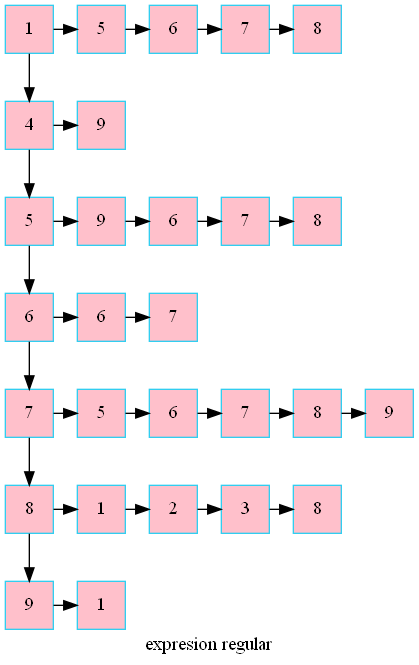
Above: grafo.png in betebetoven/EDDS2F2 (Graphviz), before the change. Its source is kept beside it as grafo.dot. The source it was exported from:
```dot
digraph G
{label="expresion regular"
        node[shape = square]
        node[style = filled]
        node[fillcolor = "#EEEEE"]
        node[color = "#EEEEE"]
        node[color = "#31CEF0"]

1731287365040 [label="1",fillcolor ="pink"]
1731289704064 [label="5",fillcolor ="pink"]
1731289413328 [label="6",fillcolor ="pink"]
1731289413712 [label="7",fillcolor ="pink"]
1731289414000 [label="8",fillcolor ="pink"]
1731287364656 [label="4",fillcolor ="pink"]
1731289414384 [label="9",fillcolor ="pink"]
1731289664912 [label="5",fillcolor ="pink"]
1731289704400 [label="9",fillcolor ="pink"]
1731289709008 [label="6",fillcolor ="pink"]
1731289661504 [label="7",fillcolor ="pink"]
1731289661840 [label="8",fillcolor ="pink"]
1731289662224 [label="6",fillcolor ="pink"]
1731289706752 [label="6",fillcolor ="pink"]
1731289663856 [label="7",fillcolor ="pink"]
1731289664240 [label="7",fillcolor ="pink"]
1731289704208 [label="5",fillcolor ="pink"]
1731289664576 [label="6",fillcolor ="pink"]
1731289663040 [label="7",fillcolor ="pink"]
1731289663616 [label="8",fillcolor ="pink"]
1731289662272 [label="9",fillcolor ="pink"]
1731289662896 [label="8",fillcolor ="pink"]
1731289706560 [label="1",fillcolor ="pink"]
1731289414672 [label="2",fillcolor ="pink"]
1731289415008 [label="3",fillcolor ="pink"]
1731289415344 [label="8",fillcolor ="pink"]
1731289841968 [label="9",fillcolor ="pink"]
1731289842160 [label="1",fillcolor ="pink"]
1731287365040-> 1731287364656
1731287365040-> 1731289704064
1731289704064-> 1731289413328
1731289413328-> 1731289413712
1731289413712-> 1731289414000
1731287364656-> 1731289664912
1731287364656-> 1731289414384
1731289664912-> 1731289662224
1731289664912-> 1731289704400
1731289704400-> 1731289709008
1731289709008-> 1731289661504
1731289661504-> 1731289661840
1731289662224-> 1731289664240
1731289662224-> 1731289706752
1731289706752-> 1731289663856
1731289664240-> 1731289662896
1731289664240-> 1731289704208
1731289704208-> 1731289664576
1731289664576-> 1731289663040
1731289663040-> 1731289663616
1731289663616-> 1731289662272
1731289662896-> 1731289841968
1731289662896-> 1731289706560
1731289706560-> 1731289414672
1731289414672-> 1731289415008
1731289415008-> 1731289415344
1731289841968-> 1731289842160
 {rank=same; 1731287365040;1731289704064;1731289413328;1731289413712;1731289414000;}
 {rank=same; 1731287364656;1731289414384;}
 {rank=same; 1731289664912;1731289704400;1731289709008;1731289661504;1731289661840;}
 {rank=same; 1731289662224;1731289706752;1731289663856;}
 {rank=same; 1731289664240;1731289704208;1731289664576;1731289663040;1731289663616;1731289662272;}
 {rank=same; 1731289662896;1731289706560;1731289414672;1731289415008;1731289415344;}
 {rank=same; 1731289841968;1731289842160;}
 }
```
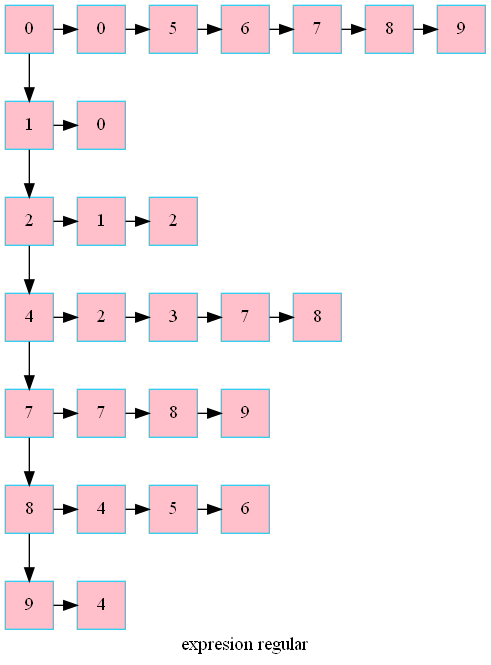
Above is the later version.

The edit, as a diff of the source:
```diff
@@ -6,66 +6,64 @@
         node[color = "#EEEEE"]
         node[color = "#31CEF0"]
 
-1731287365040 [label="1",fillcolor ="pink"]
-1731289704064 [label="5",fillcolor ="pink"]
-1731289413328 [label="6",fillcolor ="pink"]
-1731289413712 [label="7",fillcolor ="pink"]
-1731289414000 [label="8",fillcolor ="pink"]
-1731287364656 [label="4",fillcolor ="pink"]
-1731289414384 [label="9",fillcolor ="pink"]
-1731289664912 [label="5",fillcolor ="pink"]
-1731289704400 [label="9",fillcolor ="pink"]
-1731289709008 [label="6",fillcolor ="pink"]
-1731289661504 [label="7",fillcolor ="pink"]
-1731289661840 [label="8",fillcolor ="pink"]
-1731289662224 [label="6",fillcolor ="pink"]
-1731289706752 [label="6",fillcolor ="pink"]
-1731289663856 [label="7",fillcolor ="pink"]
-1731289664240 [label="7",fillcolor ="pink"]
-1731289704208 [label="5",fillcolor ="pink"]
-1731289664576 [label="6",fillcolor ="pink"]
-1731289663040 [label="7",fillcolor ="pink"]
-1731289663616 [label="8",fillcolor ="pink"]
-1731289662272 [label="9",fillcolor ="pink"]
-1731289662896 [label="8",fillcolor ="pink"]
-1731289706560 [label="1",fillcolor ="pink"]
-1731289414672 [label="2",fillcolor ="pink"]
-1731289415008 [label="3",fillcolor ="pink"]
-1731289415344 [label="8",fillcolor ="pink"]
-1731289841968 [label="9",fillcolor ="pink"]
-1731289842160 [label="1",fillcolor ="pink"]
-1731287365040-> 1731287364656
-1731287365040-> 1731289704064
-1731289704064-> 1731289413328
-1731289413328-> 1731289413712
-1731289413712-> 1731289414000
-1731287364656-> 1731289664912
-1731287364656-> 1731289414384
-1731289664912-> 1731289662224
-1731289664912-> 1731289704400
-1731289704400-> 1731289709008
-1731289709008-> 1731289661504
-1731289661504-> 1731289661840
-1731289662224-> 1731289664240
-1731289662224-> 1731289706752
-1731289706752-> 1731289663856
-1731289664240-> 1731289662896
-1731289664240-> 1731289704208
-1731289704208-> 1731289664576
-1731289664576-> 1731289663040
-1731289663040-> 1731289663616
-1731289663616-> 1731289662272
-1731289662896-> 1731289841968
-1731289662896-> 1731289706560
-1731289706560-> 1731289414672
-1731289414672-> 1731289415008
-1731289415008-> 1731289415344
-1731289841968-> 1731289842160
- {rank=same; 1731287365040;1731289704064;1731289413328;1731289413712;1731289414000;}
- {rank=same; 1731287364656;1731289414384;}
- {rank=same; 1731289664912;1731289704400;1731289709008;1731289661504;1731289661840;}
- {rank=same; 1731289662224;1731289706752;1731289663856;}
- {rank=same; 1731289664240;1731289704208;1731289664576;1731289663040;1731289663616;1731289662272;}
- {rank=same; 1731289662896;1731289706560;1731289414672;1731289415008;1731289415344;}
- {rank=same; 1731289841968;1731289842160;}
+1654813927568 [label="0",fillcolor ="pink"]
+1654813933040 [label="0",fillcolor ="pink"]
+1654816221376 [label="5",fillcolor ="pink"]
+1654816220368 [label="6",fillcolor ="pink"]
+1654816214944 [label="7",fillcolor ="pink"]
+1654816215280 [label="8",fillcolor ="pink"]
+1654816215616 [label="9",fillcolor ="pink"]
+1654816216000 [label="1",fillcolor ="pink"]
+1654816296288 [label="0",fillcolor ="pink"]
+1654816220656 [label="2",fillcolor ="pink"]
+1654816296192 [label="1",fillcolor ="pink"]
+1654816219648 [label="2",fillcolor ="pink"]
+1654816298976 [label="4",fillcolor ="pink"]
+1654816301856 [label="2",fillcolor ="pink"]
+1654816218976 [label="3",fillcolor ="pink"]
+1654816219312 [label="7",fillcolor ="pink"]
+1654816218304 [label="8",fillcolor ="pink"]
+1654816218688 [label="7",fillcolor ="pink"]
+1654816298448 [label="7",fillcolor ="pink"]
+1654816216048 [label="8",fillcolor ="pink"]
+1654816216624 [label="9",fillcolor ="pink"]
+1654816008288 [label="8",fillcolor ="pink"]
+1654816297680 [label="4",fillcolor ="pink"]
+1654816217296 [label="5",fillcolor ="pink"]
+1654816217680 [label="6",fillcolor ="pink"]
+1654816010688 [label="9",fillcolor ="pink"]
+1654816298880 [label="4",fillcolor ="pink"]
+1654813927568-> 1654816216000
+1654813927568-> 1654813933040
+1654813933040-> 1654816221376
+1654816221376-> 1654816220368
+1654816220368-> 1654816214944
+1654816214944-> 1654816215280
+1654816215280-> 1654816215616
+1654816216000-> 1654816220656
+1654816216000-> 1654816296288
+1654816220656-> 1654816298976
+1654816220656-> 1654816296192
+1654816296192-> 1654816219648
+1654816298976-> 1654816218688
+1654816298976-> 1654816301856
+1654816301856-> 1654816218976
+1654816218976-> 1654816219312
+1654816219312-> 1654816218304
+1654816218688-> 1654816008288
+1654816218688-> 1654816298448
+1654816298448-> 1654816216048
+1654816216048-> 1654816216624
+1654816008288-> 1654816010688
+1654816008288-> 1654816297680
+1654816297680-> 1654816217296
+1654816217296-> 1654816217680
+1654816010688-> 1654816298880
+ {rank=same; 1654813927568;1654813933040;1654816221376;1654816220368;1654816214944;1654816215280;1654816215616;}
+ {rank=same; 1654816216000;1654816296288;}
+ {rank=same; 1654816220656;1654816296192;1654816219648;}
+ {rank=same; 1654816298976;1654816301856;1654816218976;1654816219312;1654816218304;}
+ {rank=same; 1654816218688;1654816298448;1654816216048;1654816216624;}
+ {rank=same; 1654816008288;1654816297680;1654816217296;1654816217680;}
+ {rank=same; 1654816010688;1654816298880;}
  }
```
